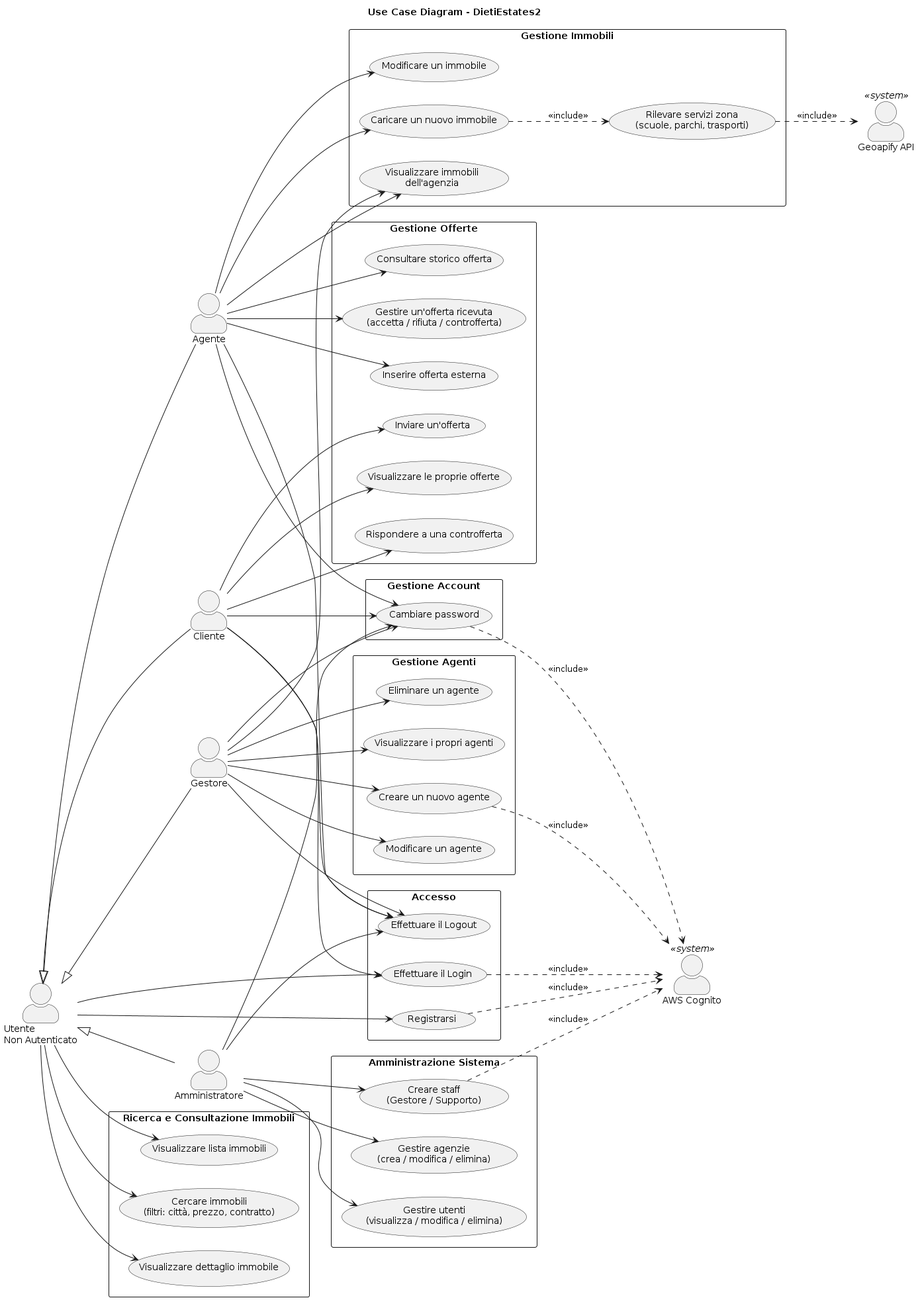
Frereri/ProgettoINGSW keeps this PlantUML diagram as UML/Use Case Diagram/Use Case Diagram.png. Above is the earlier version. Its diagram source:
```plantuml
@startuml
title Use Case Diagram - DietiEstates2

left to right direction
skinparam packageStyle rectangle
skinparam actorStyle awesome

actor "Utente\nNon Autenticato" as GUEST
actor "Cliente" as CLI
actor "Agente" as AGE
actor "Gestore" as GES
actor "Amministratore" as ADM
actor "AWS Cognito" as COG <<system>>
actor "Geoapify API" as GEO <<system>>

rectangle "Accesso" {
    usecase "Registrarsi" as UC_REG
    usecase "Effettuare il Login" as UC_LOGIN
    usecase "Effettuare il Logout" as UC_LOGOUT
}

rectangle "Ricerca e Consultazione Immobili" {
    usecase "Visualizzare lista immobili" as UC_LIST
    usecase "Cercare immobili\n(filtri: città, prezzo, contratto)" as UC_SEARCH
    usecase "Visualizzare dettaglio immobile" as UC_DETAIL
}

rectangle "Gestione Offerte" {
    usecase "Inviare un'offerta" as UC_OFFERTA
    usecase "Visualizzare le proprie offerte" as UC_MY_OFFERTE
    usecase "Rispondere a una controfferta" as UC_RISPOSTA
    usecase "Gestire un'offerta ricevuta\n(accetta / rifiuta / controfferta)" as UC_GESTISCI_OFF
    usecase "Inserire offerta esterna" as UC_OFF_EXT
    usecase "Consultare storico offerta" as UC_STORICO
}

rectangle "Gestione Account" {
    usecase "Cambiare password" as UC_PWD
}

rectangle "Gestione Immobili" {
    usecase "Caricare un nuovo immobile" as UC_CARICA
    usecase "Modificare un immobile" as UC_EDIT_IMM
    usecase "Rilevare servizi zona\n(scuole, parchi, trasporti)" as UC_GEO
    usecase "Visualizzare immobili\ndell'agenzia" as UC_IMM_AGE
}

rectangle "Gestione Agenti" {
    usecase "Creare un nuovo agente" as UC_CREA_AGE
    usecase "Modificare un agente" as UC_EDIT_AGE
    usecase "Eliminare un agente" as UC_DEL_AGE
    usecase "Visualizzare i propri agenti" as UC_LIST_AGE
}

rectangle "Amministrazione Sistema" {
    usecase "Gestire agenzie\n(crea / modifica / elimina)" as UC_AGENZIE
    usecase "Gestire utenti\n(visualizza / modifica / elimina)" as UC_UTENTI
    usecase "Creare staff\n(Gestore / Supporto)" as UC_CREA_STAFF
}

GUEST --> UC_REG
GUEST --> UC_LOGIN
GUEST --> UC_LIST
GUEST --> UC_SEARCH
GUEST --> UC_DETAIL
GUEST <|-- CLI
GUEST <|-- AGE
GUEST <|-- GES
GUEST <|-- ADM

CLI --> UC_LOGIN
CLI --> UC_LOGOUT
CLI --> UC_OFFERTA
CLI --> UC_MY_OFFERTE
CLI --> UC_RISPOSTA
CLI --> UC_PWD

AGE --> UC_LOGOUT
AGE --> UC_CARICA
AGE --> UC_EDIT_IMM
AGE --> UC_IMM_AGE
AGE --> UC_GESTISCI_OFF
AGE --> UC_OFF_EXT
AGE --> UC_STORICO
AGE --> UC_PWD

GES --> UC_LOGOUT
GES --> UC_CREA_AGE
GES --> UC_EDIT_AGE
GES --> UC_DEL_AGE
GES --> UC_LIST_AGE
GES --> UC_IMM_AGE
GES --> UC_PWD

ADM --> UC_LOGOUT
ADM --> UC_AGENZIE
ADM --> UC_UTENTI
ADM --> UC_CREA_STAFF
ADM --> UC_PWD

UC_REG ..> COG : <<include>>
UC_LOGIN ..> COG : <<include>>
UC_PWD ..> COG : <<include>>
UC_CREA_AGE ..> COG : <<include>>
UC_CREA_STAFF ..> COG : <<include>>
UC_CARICA ..> UC_GEO : <<include>>
UC_GEO ..> GEO : <<include>>
@enduml
```
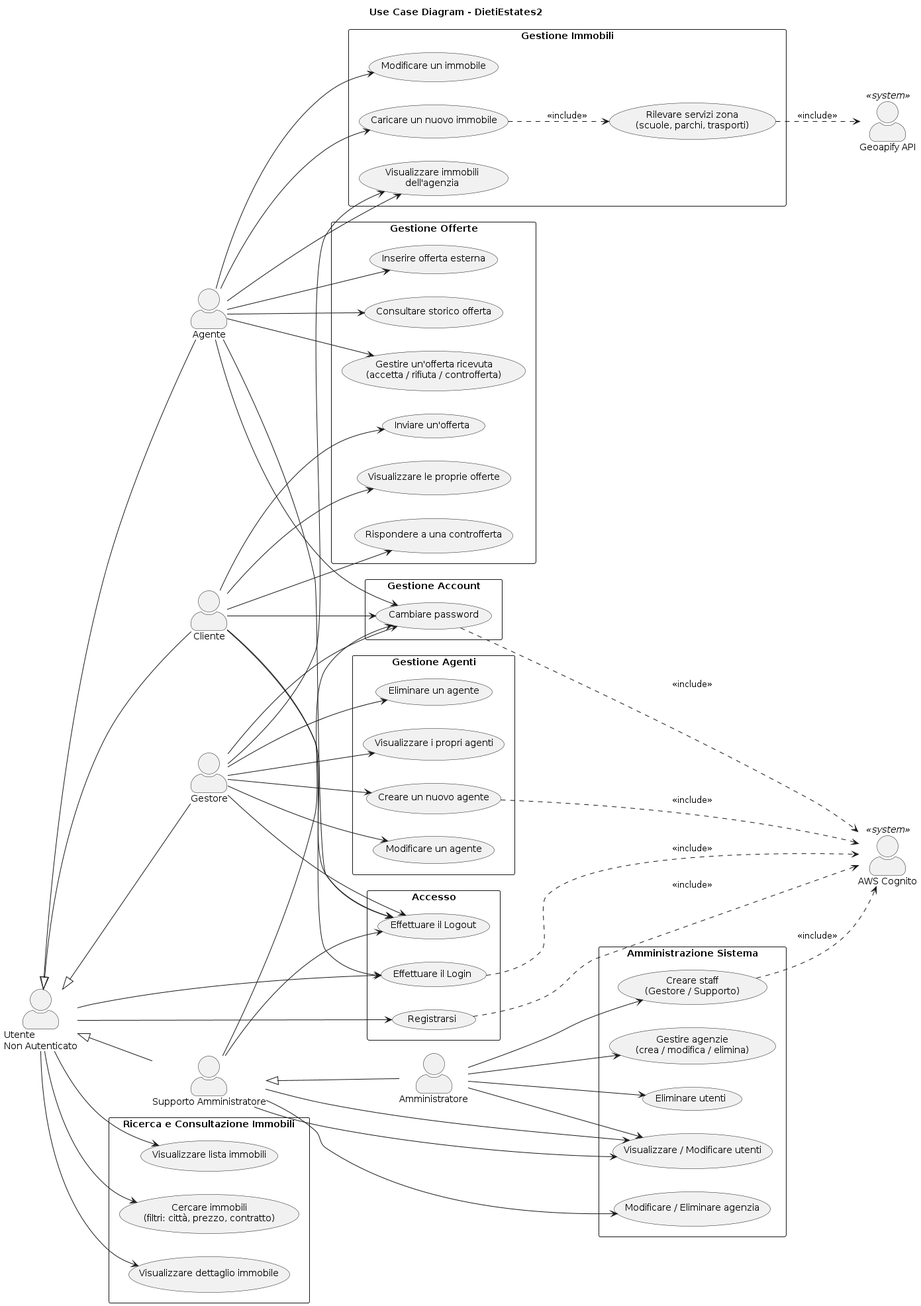
The same diagram one commit later.

The edit, as a diff of the source:
```diff
@@ -12,6 +12,7 @@
 actor "Amministratore" as ADM
 actor "AWS Cognito" as COG <<system>>
 actor "Geoapify API" as GEO <<system>>
+actor "Supporto Amministratore" as SPP
 
 rectangle "Accesso" {
     usecase "Registrarsi" as UC_REG
@@ -54,7 +55,9 @@
 
 rectangle "Amministrazione Sistema" {
     usecase "Gestire agenzie\n(crea / modifica / elimina)" as UC_AGENZIE
-    usecase "Gestire utenti\n(visualizza / modifica / elimina)" as UC_UTENTI
+    usecase "Modificare / Eliminare agenzia" as UC_EDIT_AGENZIA
+    usecase "Visualizzare / Modificare utenti" as UC_UTENTI
+    usecase "Eliminare utenti" as UC_DEL_UTENTI
     usecase "Creare staff\n(Gestore / Supporto)" as UC_CREA_STAFF
 }
 
@@ -66,7 +69,8 @@
 GUEST <|-- CLI
 GUEST <|-- AGE
 GUEST <|-- GES
-GUEST <|-- ADM
+GUEST <|-- SPP
+
 
 CLI --> UC_LOGIN
 CLI --> UC_LOGOUT
@@ -91,12 +95,17 @@
 GES --> UC_LIST_AGE
 GES --> UC_IMM_AGE
 GES --> UC_PWD
+SPP --> UC_UTENTI
+SPP -->  UC_PWD
+SPP --> UC_LOGOUT
+SPP --> UC_UTENTI
+SPP --> UC_EDIT_AGENZIA
+SPP <|-- ADM
 
-ADM --> UC_LOGOUT
 ADM --> UC_AGENZIE
 ADM --> UC_UTENTI
+ADM --> UC_DEL_UTENTI
 ADM --> UC_CREA_STAFF
-ADM --> UC_PWD
 
 UC_REG ..> COG : <<include>>
 UC_LOGIN ..> COG : <<include>>
```
